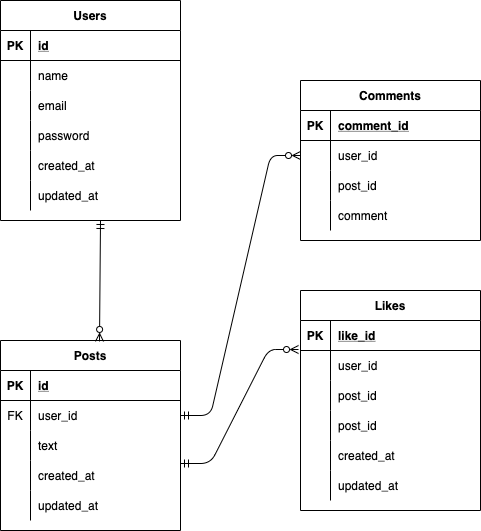
Before: twitter-clone.drawio.png, a diagram exported from draw.io (chikamasuda/sns-app-laravel). Source tidied: cells renumbered, new cells last; positions are measured from the earlier drawing's top-left corner, leaving out a move shared by most shapes.
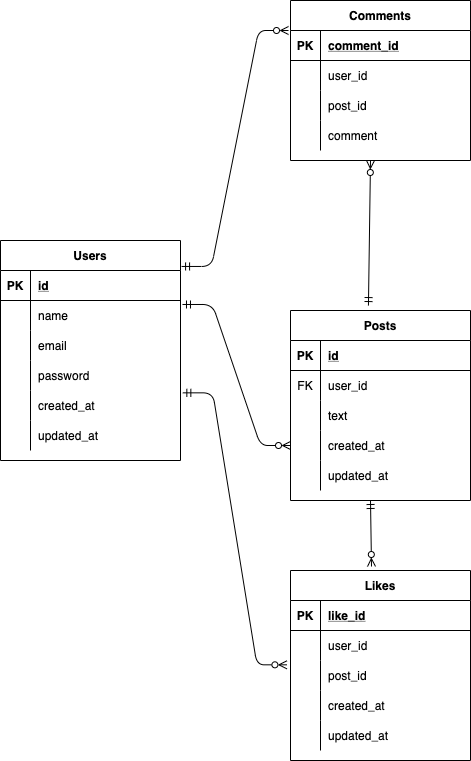
After the change.

The edit, as a diff of the source:
```diff
@@ -3,7 +3,7 @@
     <mxCell id="0" />
     <mxCell id="1" parent="0" />
     <mxCell id="2" value="Users" style="shape=table;startSize=30;rowLines=0;fontStyle=1;align=center;" parent="1" vertex="1">
-      <mxGeometry width="180" height="220" as="geometry" />
+      <mxGeometry x="-280" y="220" width="180" height="220" as="geometry" />
     </mxCell>
     <mxCell id="3" style="shape=partialRectangle;fillColor=none;top=0;left=0;bottom=1;right=0;" parent="2" vertex="1">
       <mxGeometry y="30" width="180" height="30" as="geometry" />
@@ -60,7 +60,7 @@
       <mxGeometry x="30" width="150" height="30" as="geometry" />
     </mxCell>
     <mxCell id="21" value="Comments" style="shape=table;startSize=30;rowLines=0;fontStyle=1;align=center;" parent="1" vertex="1">
-      <mxGeometry x="300" y="80" width="180" height="160" as="geometry" />
+      <mxGeometry x="10" y="-20" width="180" height="160" as="geometry" />
     </mxCell>
     <mxCell id="22" style="shape=partialRectangle;fillColor=none;top=0;left=0;bottom=1;right=0;points=[[0,0.5],[1,0.5]];portConstraint=eastwest;" parent="21" vertex="1">
       <mxGeometry y="30" width="180" height="30" as="geometry" />
@@ -99,7 +99,7 @@
       <mxGeometry x="30" width="150" height="30" as="geometry" />
     </mxCell>
     <mxCell id="34" value="Likes" style="shape=table;startSize=30;rowLines=0;fontStyle=1;align=center;" parent="1" vertex="1">
-      <mxGeometry x="300" y="290" width="180" height="220" as="geometry" />
+      <mxGeometry x="10" y="550" width="180" height="190" as="geometry" />
     </mxCell>
     <mxCell id="35" style="shape=partialRectangle;fillColor=none;top=0;left=0;bottom=1;right=0;" parent="34" vertex="1">
       <mxGeometry y="30" width="180" height="30" as="geometry" />
@@ -128,17 +128,8 @@
     <mxCell id="43" value="post_id" style="shape=partialRectangle;fillColor=none;top=0;left=0;bottom=0;right=0;align=left;spacingLeft=6;overflow=hidden;" parent="41" vertex="1">
       <mxGeometry x="30" width="150" height="30" as="geometry" />
     </mxCell>
-    <mxCell id="44" style="shape=partialRectangle;fillColor=none;top=0;left=0;bottom=0;right=0;" parent="34" vertex="1">
-      <mxGeometry y="120" width="180" height="30" as="geometry" />
-    </mxCell>
-    <mxCell id="45" style="shape=partialRectangle;fillColor=none;top=0;left=0;bottom=0;right=0;overflow=hidden;" parent="44" vertex="1">
-      <mxGeometry width="30" height="30" as="geometry" />
-    </mxCell>
-    <mxCell id="46" value="post_id" style="shape=partialRectangle;fillColor=none;top=0;left=0;bottom=0;right=0;align=left;spacingLeft=6;overflow=hidden;" parent="44" vertex="1">
-      <mxGeometry x="30" width="150" height="30" as="geometry" />
-    </mxCell>
     <mxCell id="47" style="shape=partialRectangle;fillColor=none;top=0;left=0;bottom=0;right=0;" parent="34" vertex="1">
-      <mxGeometry y="150" width="180" height="30" as="geometry" />
+      <mxGeometry y="120" width="180" height="30" as="geometry" />
     </mxCell>
     <mxCell id="48" style="shape=partialRectangle;fillColor=none;top=0;left=0;bottom=0;right=0;overflow=hidden;" parent="47" vertex="1">
       <mxGeometry width="30" height="30" as="geometry" />
@@ -147,7 +138,7 @@
       <mxGeometry x="30" width="150" height="30" as="geometry" />
     </mxCell>
     <mxCell id="50" style="shape=partialRectangle;fillColor=none;top=0;left=0;bottom=0;right=0;" parent="34" vertex="1">
-      <mxGeometry y="180" width="180" height="30" as="geometry" />
+      <mxGeometry y="150" width="180" height="30" as="geometry" />
     </mxCell>
     <mxCell id="51" style="shape=partialRectangle;fillColor=none;top=0;left=0;bottom=0;right=0;overflow=hidden;" parent="50" vertex="1">
       <mxGeometry width="30" height="30" as="geometry" />
@@ -156,7 +147,7 @@
       <mxGeometry x="30" width="150" height="30" as="geometry" />
     </mxCell>
     <mxCell id="53" value="Posts" style="shape=table;startSize=30;rowLines=0;fontStyle=1;align=center;" parent="1" vertex="1">
-      <mxGeometry y="340" width="180" height="190" as="geometry" />
+      <mxGeometry x="10" y="290" width="180" height="190" as="geometry" />
     </mxCell>
     <mxCell id="54" style="shape=partialRectangle;fillColor=none;top=0;left=0;bottom=1;right=0;" parent="53" vertex="1">
       <mxGeometry y="30" width="180" height="30" as="geometry" />
@@ -203,21 +194,24 @@
     <mxCell id="68" value="updated_at" style="shape=partialRectangle;fillColor=none;top=0;left=0;bottom=0;right=0;align=left;spacingLeft=6;overflow=hidden;" parent="66" vertex="1">
       <mxGeometry x="30" width="150" height="30" as="geometry" />
     </mxCell>
-    <mxCell id="69" style="edgeStyle=entityRelationEdgeStyle;fontSize=12;html=1;endArrow=ERzeroToMany;startArrow=ERmandOne;exitX=1;exitY=0.5;exitDx=0;exitDy=0;entryX=0;entryY=0.5;entryDx=0;entryDy=0;endFill=0;" parent="1" edge="1" source="57" target="25">
-      <mxGeometry relative="1" as="geometry" />
-    </mxCell>
-    <mxCell id="70" style="edgeStyle=entityRelationEdgeStyle;fontSize=12;html=1;endArrow=ERzeroToMany;startArrow=ERmandOne;exitX=1;exitY=0.1;exitDx=0;exitDy=0;exitPerimeter=0;entryX=-0.011;entryY=-0.033;entryDx=0;entryDy=0;entryPerimeter=0;endFill=0;" parent="1" edge="1" source="63" target="38">
-      <mxGeometry relative="1" as="geometry" />
+    <mxCell id="70" style="fontSize=12;html=1;endArrow=ERzeroToMany;startArrow=ERmandOne;endFill=0;entryX=0.45;entryY=-0.021;entryDx=0;entryDy=0;entryPerimeter=0;" parent="1" edge="1" target="34">
+      <mxGeometry relative="1" as="geometry">
+        <mxPoint x="90" y="480" as="sourcePoint" />
+      </mxGeometry>
     </mxCell>
-    <mxCell id="71" style="edgeStyle=entityRelationEdgeStyle;fontSize=12;html=1;endArrow=ERzeroToMany;startArrow=ERmandOne;exitX=0.994;exitY=0.233;exitDx=0;exitDy=0;exitPerimeter=0;endFill=0;" parent="1" edge="1" source="x">
-      <mxGeometry relative="1" as="geometry">
-        <mxPoint x="300" y="135" as="targetPoint" />
-      </mxGeometry>
+    <mxCell id="71" style="edgeStyle=entityRelationEdgeStyle;fontSize=12;html=1;endArrow=ERzeroToMany;startArrow=ERmandOne;exitX=1.013;exitY=0.078;exitDx=0;exitDy=0;endFill=0;exitPerimeter=0;entryX=-0.02;entryY=0.144;entryDx=0;entryDy=0;entryPerimeter=0;" parent="1" edge="1" source="15" target="41">
+      <mxGeometry relative="1" as="geometry" />
     </mxCell>
-    <mxCell id="72" style="fontSize=12;html=1;endArrow=ERzeroToMany;startArrow=ERmandOne;entryX=0.55;entryY=0.005;entryDx=0;entryDy=0;entryPerimeter=0;endFill=0;" parent="1" edge="1" target="53">
-      <mxGeometry relative="1" as="geometry">
-        <mxPoint x="100" y="220" as="sourcePoint" />
-      </mxGeometry>
-    </mxCell>
+    <mxCell id="73" style="edgeStyle=entityRelationEdgeStyle;fontSize=12;html=1;endArrow=ERzeroToMany;startArrow=ERmandOne;endFill=0;entryX=-0.011;entryY=0;entryDx=0;entryDy=0;entryPerimeter=0;exitX=1.006;exitY=0.118;exitDx=0;exitDy=0;exitPerimeter=0;" parent="1" edge="1" source="2" target="22">
+      <mxGeometry relative="1" as="geometry" />
+    </mxCell>
+    <mxCell id="74" style="edgeStyle=entityRelationEdgeStyle;fontSize=12;html=1;endArrow=ERzeroToMany;startArrow=ERmandOne;exitX=1.011;exitY=0.133;exitDx=0;exitDy=0;endFill=0;exitPerimeter=0;entryX=0;entryY=0.5;entryDx=0;entryDy=0;" parent="1" edge="1" source="6" target="63">
+      <mxGeometry relative="1" as="geometry" />
+    </mxCell>
+    <mxCell id="75" style="fontSize=12;html=1;endArrow=ERmandOne;startArrow=ERzeroToMany;endFill=0;entryX=0.433;entryY=-0.026;entryDx=0;entryDy=0;entryPerimeter=0;startFill=0;" parent="1" edge="1" target="53">
+      <mxGeometry relative="1" as="geometry">
+        <mxPoint x="90" y="140" as="sourcePoint" />
+      </mxGeometry>
+    </mxCell>
   </root>
 </mxGraphModel>
```
